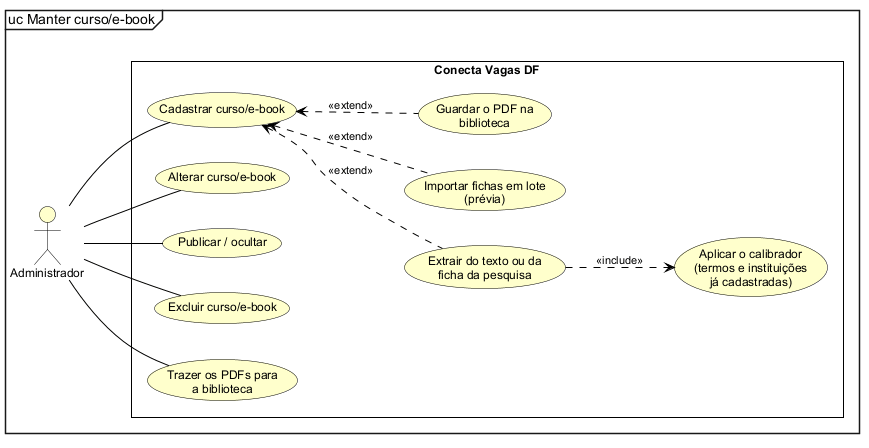
This is docs/tcc/diagramas/uc12_manter_curso.png from leonardoabreu2026/tcc-final, a PlantUML export, as it was before one commit.
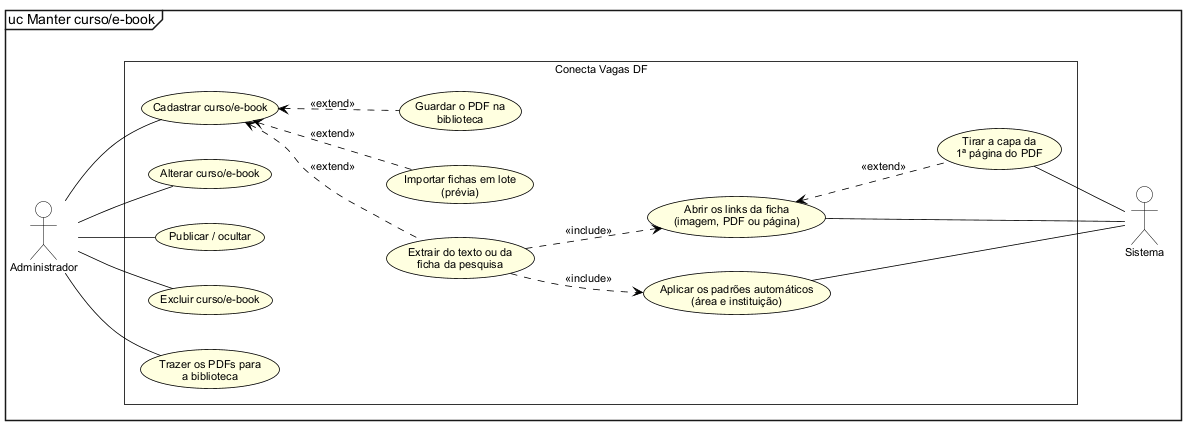
The same file after the commit.

The edit, as a diff of the source:
```diff
@@ -12,7 +12,9 @@
   usecase "Publicar / ocultar" as P
   usecase "Excluir curso/e-book" as E
   usecase "Trazer os PDFs para\na biblioteca" as T
-  usecase "Aplicar o calibrador\n(termos e instituições\njá cadastradas)" as CB
+  usecase "Aplicar os padrões automáticos\n(área e instituição)" as CB
+  usecase "Abrir os links da ficha\n(imagem, PDF ou página)" as AL
+  usecase "Tirar a capa da\n1ª página do PDF" as CP
 }
 A -- C
 A -- U
@@ -23,4 +25,10 @@
 C <.. L : <<extend>>
 C <.. G : <<extend>>
 X ..> CB : <<include>>
+X ..> AL : <<include>>
+AL <.. CP : <<extend>>
+actor Sistema as SI
+AL -- SI
+CP -- SI
+CB -- SI
 @enduml
```
